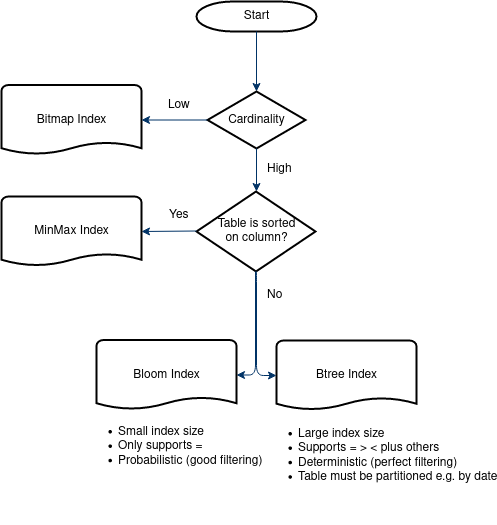
openlookeng/hetu-core keeps this draw.io diagram as hetu-docs/en/images/index-decision.png. Above is the earlier version. Source tidied: cells renumbered, new cells last; positions are measured from the earlier drawing's top-left corner, leaving out a move shared by most shapes. Source of this version:
```xml
<mxGraphModel background="#ffffff">
  <root>
    <mxCell id="0" />
    <mxCell id="1" parent="0" />
    <mxCell id="2" value="Start" style="shape=mxgraph.flowchart.terminator;strokeWidth=2;gradientColor=none;gradientDirection=north;fontStyle=0;html=1;" parent="1" vertex="1">
      <mxGeometry x="195" width="120" height="30" as="geometry" />
    </mxCell>
    <mxCell id="3" style="fontStyle=1;strokeColor=#003366;strokeWidth=1;html=1;exitX=0.5;exitY=1;exitDx=0;exitDy=0;exitPerimeter=0;entryX=0.5;entryY=0;entryDx=0;entryDy=0;entryPerimeter=0;" parent="1" edge="1" source="2">
      <mxGeometry relative="1" as="geometry">
        <mxPoint x="255" y="90" as="targetPoint" />
      </mxGeometry>
    </mxCell>
    <mxCell id="4" value="Cardinality" style="shape=mxgraph.flowchart.decision;strokeWidth=2;gradientColor=none;gradientDirection=north;fontStyle=0;html=1;" parent="1" vertex="1">
      <mxGeometry x="206" y="90" width="98" height="57" as="geometry" />
    </mxCell>
    <mxCell id="5" value="Bitmap Index" style="shape=mxgraph.flowchart.document;strokeWidth=2;gradientColor=none;gradientDirection=north;fontStyle=0;html=1;" parent="1" vertex="1">
      <mxGeometry y="83.5" width="140" height="70" as="geometry" />
    </mxCell>
    <mxCell id="6" value="Low" style="text;fontStyle=0;html=1;strokeColor=none;gradientColor=none;fillColor=none;strokeWidth=2;" parent="1" vertex="1">
      <mxGeometry x="165" y="90" width="40" height="26" as="geometry" />
    </mxCell>
    <mxCell id="7" style="fontStyle=1;strokeColor=#003366;strokeWidth=1;html=1;exitX=0;exitY=0.5;exitDx=0;exitDy=0;exitPerimeter=0;entryX=1;entryY=0.5;entryDx=0;entryDy=0;entryPerimeter=0;" parent="1" edge="1" source="4" target="5">
      <mxGeometry relative="1" as="geometry" />
    </mxCell>
    <mxCell id="8" style="fontStyle=1;strokeColor=#003366;strokeWidth=1;html=1;exitX=0.5;exitY=1;exitDx=0;exitDy=0;exitPerimeter=0;" parent="1" edge="1" source="4">
      <mxGeometry relative="1" as="geometry">
        <mxPoint x="255" y="190" as="targetPoint" />
      </mxGeometry>
    </mxCell>
    <mxCell id="9" value="High" style="text;fontStyle=0;html=1;strokeColor=none;gradientColor=none;fillColor=none;strokeWidth=2;" parent="1" vertex="1">
      <mxGeometry x="264" y="153.5" width="40" height="26" as="geometry" />
    </mxCell>
    <mxCell id="10" value="&lt;div&gt;Table is sorted &lt;br&gt;&lt;/div&gt;&lt;div&gt;on column?&lt;/div&gt;" style="shape=mxgraph.flowchart.decision;strokeWidth=2;gradientColor=none;gradientDirection=north;fontStyle=0;html=1;" parent="1" vertex="1">
      <mxGeometry x="195" y="190" width="119" height="80" as="geometry" />
    </mxCell>
    <mxCell id="11" style="edgeStyle=elbowEdgeStyle;elbow=horizontal;fontColor=#001933;fontStyle=1;strokeColor=#003366;strokeWidth=1;html=1;entryX=1;entryY=0.5;entryDx=0;entryDy=0;entryPerimeter=0;" parent="1" edge="1" target="16">
      <mxGeometry x="-36" y="-147" as="geometry">
        <mxPoint x="254" y="270" as="sourcePoint" />
        <Array as="points">
          <mxPoint x="254" y="340" />
        </Array>
      </mxGeometry>
    </mxCell>
    <mxCell id="12" style="fontStyle=1;strokeColor=#003366;strokeWidth=1;html=1;exitX=0;exitY=0.5;exitDx=0;exitDy=0;exitPerimeter=0;entryX=1;entryY=0.5;entryDx=0;entryDy=0;entryPerimeter=0;" parent="1" edge="1" target="15">
      <mxGeometry relative="1" as="geometry">
        <mxPoint x="195" y="229.5" as="sourcePoint" />
      </mxGeometry>
    </mxCell>
    <mxCell id="13" value="Yes" style="text;fontStyle=0;html=1;strokeColor=none;gradientColor=none;fillColor=none;strokeWidth=2;" parent="1" vertex="1">
      <mxGeometry x="166" y="200" width="40" height="26" as="geometry" />
    </mxCell>
    <mxCell id="14" value="&lt;div&gt;No&lt;/div&gt;" style="text;fontStyle=0;html=1;strokeColor=none;gradientColor=none;fillColor=none;strokeWidth=2;" parent="1" vertex="1">
      <mxGeometry x="264" y="280" width="40" height="26" as="geometry" />
    </mxCell>
    <mxCell id="15" value="MinMax Index" style="shape=mxgraph.flowchart.document;strokeWidth=2;gradientColor=none;gradientDirection=north;fontStyle=0;html=1;" parent="1" vertex="1">
      <mxGeometry y="195" width="140" height="70" as="geometry" />
    </mxCell>
    <mxCell id="16" value="Bloom Index" style="shape=mxgraph.flowchart.document;strokeWidth=2;gradientColor=none;gradientDirection=north;fontStyle=0;html=1;" parent="1" vertex="1">
      <mxGeometry x="95" y="338.5" width="140" height="70" as="geometry" />
    </mxCell>
    <mxCell id="17" value="Btree Index" style="shape=mxgraph.flowchart.document;strokeWidth=2;gradientColor=none;gradientDirection=north;fontStyle=0;html=1;" parent="1" vertex="1">
      <mxGeometry x="275" y="339" width="140" height="70" as="geometry" />
    </mxCell>
    <mxCell id="18" style="edgeStyle=elbowEdgeStyle;elbow=horizontal;fontColor=#001933;fontStyle=1;strokeColor=#003366;strokeWidth=1;html=1;entryX=0;entryY=0.5;entryDx=0;entryDy=0;entryPerimeter=0;exitX=0.5;exitY=1;exitDx=0;exitDy=0;exitPerimeter=0;" parent="1" edge="1" source="10" target="17">
      <mxGeometry x="-26" y="-137" as="geometry">
        <Array as="points">
          <mxPoint x="255" y="330" />
        </Array>
      </mxGeometry>
    </mxCell>
    <mxCell id="19" value="&lt;div align=&quot;left&quot;&gt;&lt;ul&gt;&lt;li&gt;Small index size&lt;/li&gt;&lt;li&gt;Only supports =&lt;/li&gt;&lt;li&gt;Probabilistic (good filtering)&lt;br&gt;&lt;/li&gt;&lt;/ul&gt;&lt;/div&gt;&lt;div&gt;&lt;br&gt;&lt;/div&gt;&lt;div&gt;&lt;br&gt;&lt;/div&gt;" style="text;fontStyle=0;html=1;strokeColor=none;gradientColor=none;fillColor=none;strokeWidth=2;align=left;" parent="1" vertex="1">
      <mxGeometry x="75" y="405" width="180" height="115" as="geometry" />
    </mxCell>
    <mxCell id="20" value="&lt;div align=&quot;left&quot;&gt;&lt;ul&gt;&lt;li&gt;Large index size&lt;/li&gt;&lt;li&gt;Supports = &amp;gt; &amp;lt; plus others&lt;br&gt;&lt;/li&gt;&lt;li&gt;Deterministic (perfect filtering)&lt;/li&gt;&lt;li&gt;Table must be partitioned e.g. by date&lt;br&gt;&lt;/li&gt;&lt;/ul&gt;&lt;/div&gt;&lt;div&gt;&lt;br&gt;&lt;/div&gt;&lt;div&gt;&lt;br&gt;&lt;/div&gt;" style="text;fontStyle=0;html=1;strokeColor=none;gradientColor=none;fillColor=none;strokeWidth=2;align=left;" parent="1" vertex="1">
      <mxGeometry x="255" y="407" width="180" height="115" as="geometry" />
    </mxCell>
  </root>
</mxGraphModel>
```
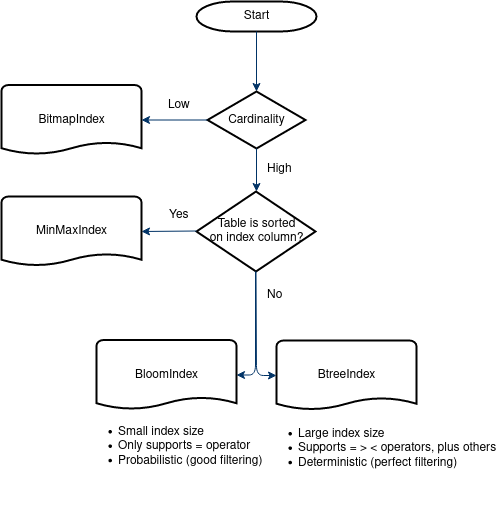
Later version of the same file.

Change to the diagram source:
```diff
@@ -13,7 +13,7 @@
     <mxCell id="4" value="Cardinality" style="shape=mxgraph.flowchart.decision;strokeWidth=2;gradientColor=none;gradientDirection=north;fontStyle=0;html=1;" parent="1" vertex="1">
       <mxGeometry x="206" y="90" width="98" height="57" as="geometry" />
     </mxCell>
-    <mxCell id="5" value="Bitmap Index" style="shape=mxgraph.flowchart.document;strokeWidth=2;gradientColor=none;gradientDirection=north;fontStyle=0;html=1;" parent="1" vertex="1">
+    <mxCell id="5" value="BitmapIndex" style="shape=mxgraph.flowchart.document;strokeWidth=2;gradientColor=none;gradientDirection=north;fontStyle=0;html=1;" parent="1" vertex="1">
       <mxGeometry y="83.5" width="140" height="70" as="geometry" />
     </mxCell>
     <mxCell id="6" value="Low" style="text;fontStyle=0;html=1;strokeColor=none;gradientColor=none;fillColor=none;strokeWidth=2;" parent="1" vertex="1">
@@ -30,7 +30,7 @@
     <mxCell id="9" value="High" style="text;fontStyle=0;html=1;strokeColor=none;gradientColor=none;fillColor=none;strokeWidth=2;" parent="1" vertex="1">
       <mxGeometry x="264" y="153.5" width="40" height="26" as="geometry" />
     </mxCell>
-    <mxCell id="10" value="&lt;div&gt;Table is sorted &lt;br&gt;&lt;/div&gt;&lt;div&gt;on column?&lt;/div&gt;" style="shape=mxgraph.flowchart.decision;strokeWidth=2;gradientColor=none;gradientDirection=north;fontStyle=0;html=1;" parent="1" vertex="1">
+    <mxCell id="10" value="&lt;div&gt;Table is sorted &lt;br&gt;&lt;/div&gt;&lt;div&gt;on index column?&lt;/div&gt;" style="shape=mxgraph.flowchart.decision;strokeWidth=2;gradientColor=none;gradientDirection=north;fontStyle=0;html=1;" parent="1" vertex="1">
       <mxGeometry x="195" y="190" width="119" height="80" as="geometry" />
     </mxCell>
     <mxCell id="11" style="edgeStyle=elbowEdgeStyle;elbow=horizontal;fontColor=#001933;fontStyle=1;strokeColor=#003366;strokeWidth=1;html=1;entryX=1;entryY=0.5;entryDx=0;entryDy=0;entryPerimeter=0;" parent="1" edge="1" target="16">
@@ -52,13 +52,13 @@
     <mxCell id="14" value="&lt;div&gt;No&lt;/div&gt;" style="text;fontStyle=0;html=1;strokeColor=none;gradientColor=none;fillColor=none;strokeWidth=2;" parent="1" vertex="1">
       <mxGeometry x="264" y="280" width="40" height="26" as="geometry" />
     </mxCell>
-    <mxCell id="15" value="MinMax Index" style="shape=mxgraph.flowchart.document;strokeWidth=2;gradientColor=none;gradientDirection=north;fontStyle=0;html=1;" parent="1" vertex="1">
+    <mxCell id="15" value="MinMaxIndex" style="shape=mxgraph.flowchart.document;strokeWidth=2;gradientColor=none;gradientDirection=north;fontStyle=0;html=1;" parent="1" vertex="1">
       <mxGeometry y="195" width="140" height="70" as="geometry" />
     </mxCell>
-    <mxCell id="16" value="Bloom Index" style="shape=mxgraph.flowchart.document;strokeWidth=2;gradientColor=none;gradientDirection=north;fontStyle=0;html=1;" parent="1" vertex="1">
+    <mxCell id="16" value="BloomIndex" style="shape=mxgraph.flowchart.document;strokeWidth=2;gradientColor=none;gradientDirection=north;fontStyle=0;html=1;" parent="1" vertex="1">
       <mxGeometry x="95" y="338.5" width="140" height="70" as="geometry" />
     </mxCell>
-    <mxCell id="17" value="Btree Index" style="shape=mxgraph.flowchart.document;strokeWidth=2;gradientColor=none;gradientDirection=north;fontStyle=0;html=1;" parent="1" vertex="1">
+    <mxCell id="17" value="BtreeIndex" style="shape=mxgraph.flowchart.document;strokeWidth=2;gradientColor=none;gradientDirection=north;fontStyle=0;html=1;" parent="1" vertex="1">
       <mxGeometry x="275" y="339" width="140" height="70" as="geometry" />
     </mxCell>
     <mxCell id="18" style="edgeStyle=elbowEdgeStyle;elbow=horizontal;fontColor=#001933;fontStyle=1;strokeColor=#003366;strokeWidth=1;html=1;entryX=0;entryY=0.5;entryDx=0;entryDy=0;entryPerimeter=0;exitX=0.5;exitY=1;exitDx=0;exitDy=0;exitPerimeter=0;" parent="1" edge="1" source="10" target="17">
@@ -68,10 +68,10 @@
         </Array>
       </mxGeometry>
     </mxCell>
-    <mxCell id="19" value="&lt;div align=&quot;left&quot;&gt;&lt;ul&gt;&lt;li&gt;Small index size&lt;/li&gt;&lt;li&gt;Only supports =&lt;/li&gt;&lt;li&gt;Probabilistic (good filtering)&lt;br&gt;&lt;/li&gt;&lt;/ul&gt;&lt;/div&gt;&lt;div&gt;&lt;br&gt;&lt;/div&gt;&lt;div&gt;&lt;br&gt;&lt;/div&gt;" style="text;fontStyle=0;html=1;strokeColor=none;gradientColor=none;fillColor=none;strokeWidth=2;align=left;" parent="1" vertex="1">
+    <mxCell id="19" value="&lt;div align=&quot;left&quot;&gt;&lt;ul&gt;&lt;li&gt;Small index size&lt;/li&gt;&lt;li&gt;Only supports = operator&lt;br&gt;&lt;/li&gt;&lt;li&gt;Probabilistic (good filtering)&lt;br&gt;&lt;/li&gt;&lt;/ul&gt;&lt;/div&gt;&lt;div&gt;&lt;br&gt;&lt;/div&gt;&lt;div&gt;&lt;br&gt;&lt;/div&gt;" style="text;fontStyle=0;html=1;strokeColor=none;gradientColor=none;fillColor=none;strokeWidth=2;align=left;" parent="1" vertex="1">
       <mxGeometry x="75" y="405" width="180" height="115" as="geometry" />
     </mxCell>
-    <mxCell id="20" value="&lt;div align=&quot;left&quot;&gt;&lt;ul&gt;&lt;li&gt;Large index size&lt;/li&gt;&lt;li&gt;Supports = &amp;gt; &amp;lt; plus others&lt;br&gt;&lt;/li&gt;&lt;li&gt;Deterministic (perfect filtering)&lt;/li&gt;&lt;li&gt;Table must be partitioned e.g. by date&lt;br&gt;&lt;/li&gt;&lt;/ul&gt;&lt;/div&gt;&lt;div&gt;&lt;br&gt;&lt;/div&gt;&lt;div&gt;&lt;br&gt;&lt;/div&gt;" style="text;fontStyle=0;html=1;strokeColor=none;gradientColor=none;fillColor=none;strokeWidth=2;align=left;" parent="1" vertex="1">
+    <mxCell id="20" value="&lt;div align=&quot;left&quot;&gt;&lt;ul&gt;&lt;li&gt;Large index size&lt;/li&gt;&lt;li&gt;Supports = &amp;gt; &amp;lt; operators, plus others&lt;br&gt;&lt;/li&gt;&lt;li&gt;Deterministic (perfect filtering)&lt;/li&gt;&lt;/ul&gt;&lt;/div&gt;&lt;div&gt;&lt;br&gt;&lt;/div&gt;&lt;div&gt;&lt;br&gt;&lt;/div&gt;" style="text;fontStyle=0;html=1;strokeColor=none;gradientColor=none;fillColor=none;strokeWidth=2;align=left;" parent="1" vertex="1">
       <mxGeometry x="255" y="407" width="180" height="115" as="geometry" />
     </mxCell>
   </root>
```
